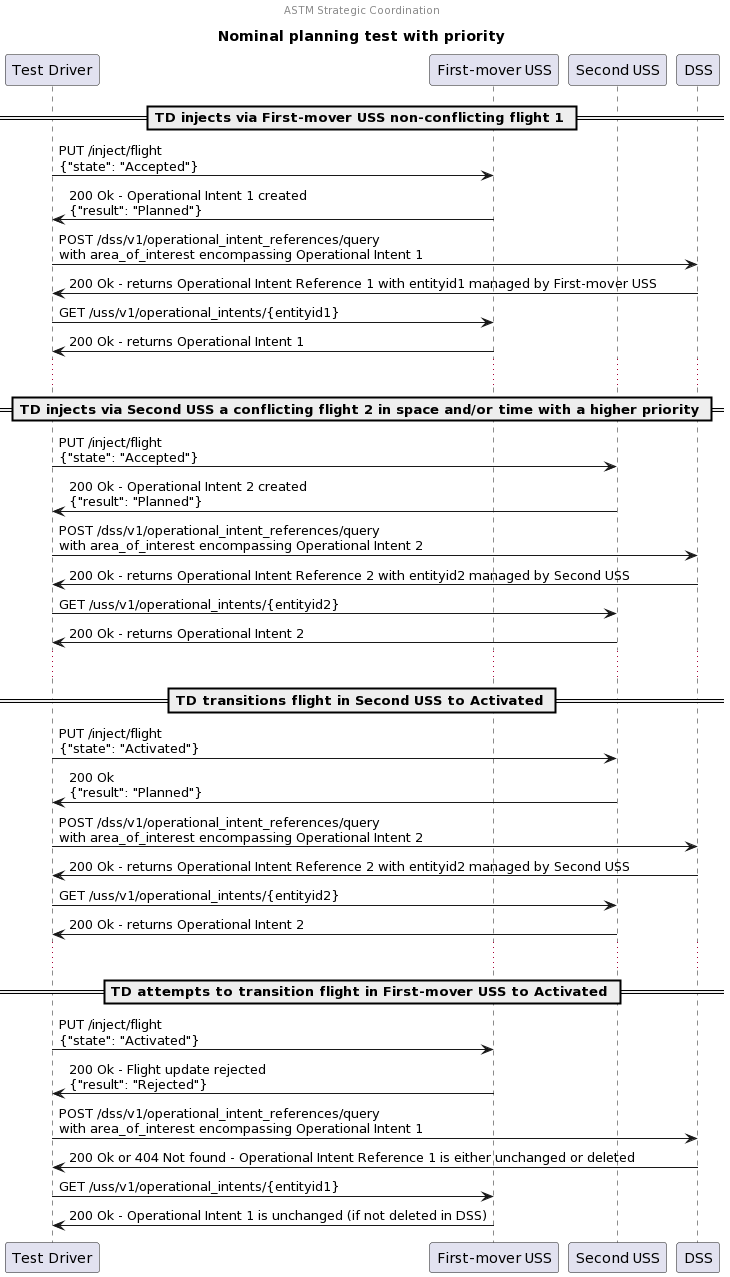
Before: interfaces/automated-testing/scd/design/astm-strategic-coordination/nominal-planning-priority/sequence.png, a diagram exported from PlantUML (interuss/dss). Its diagram source:
```plantuml
@startuml
center header ASTM Strategic Coordination
title Nominal planning test with priority

participant "Test Driver" as TD
participant "First-mover USS" as USS1
participant "Second USS" as USS2
participant "DSS"

== TD injects via First-mover USS non-conflicting flight 1 ==

TD -> USS1: PUT /inject/flight\n{"state": "Accepted"}
TD <- USS1: 200 Ok - Operational Intent 1 created\n{"result": "Planned"}

TD -> DSS: POST /dss/v1/operational_intent_references/query\nwith area_of_interest encompassing Operational Intent 1
TD <- DSS: 200 Ok - returns Operational Intent Reference 1 with entityid1 managed by First-mover USS

TD -> USS1: GET /uss/v1/operational_intents/{entityid1}
TD <- USS1: 200 Ok - returns Operational Intent 1

...

== TD injects via Second USS a conflicting flight 2 in space and/or time with a higher priority ==

TD -> USS2: PUT /inject/flight\n{"state": "Accepted"}
TD <- USS2: 200 Ok - Operational Intent 2 created\n{"result": "Planned"}

TD -> DSS: POST /dss/v1/operational_intent_references/query\nwith area_of_interest encompassing Operational Intent 2
TD <- DSS: 200 Ok - returns Operational Intent Reference 2 with entityid2 managed by Second USS

TD -> USS2: GET /uss/v1/operational_intents/{entityid2}
TD <- USS2: 200 Ok - returns Operational Intent 2

...

== TD transitions flight in Second USS to Activated ==

TD -> USS2: PUT /inject/flight\n{"state": "Activated"}
TD <- USS2: 200 Ok\n{"result": "Planned"}

TD -> DSS: POST /dss/v1/operational_intent_references/query\nwith area_of_interest encompassing Operational Intent 2
TD <- DSS: 200 Ok - returns Operational Intent Reference 2 with entityid2 managed by Second USS

TD -> USS2: GET /uss/v1/operational_intents/{entityid2}
TD <- USS2: 200 Ok - returns Operational Intent 2

...

== TD attempts to transition flight in First-mover USS to Activated ==

TD -> USS1: PUT /inject/flight\n{"state": "Activated"}
TD <- USS1: 200 Ok - Flight update rejected\n{"result": "Rejected"}

TD -> DSS: POST /dss/v1/operational_intent_references/query\nwith area_of_interest encompassing Operational Intent 1
TD <- DSS: 200 Ok or 404 Not found - Operational Intent Reference 1 is either unchanged or deleted

TD -> USS1: GET /uss/v1/operational_intents/{entityid1}
TD <- USS1: 200 Ok - Operational Intent 1 is unchanged (if not deleted in DSS)
@enduml
```
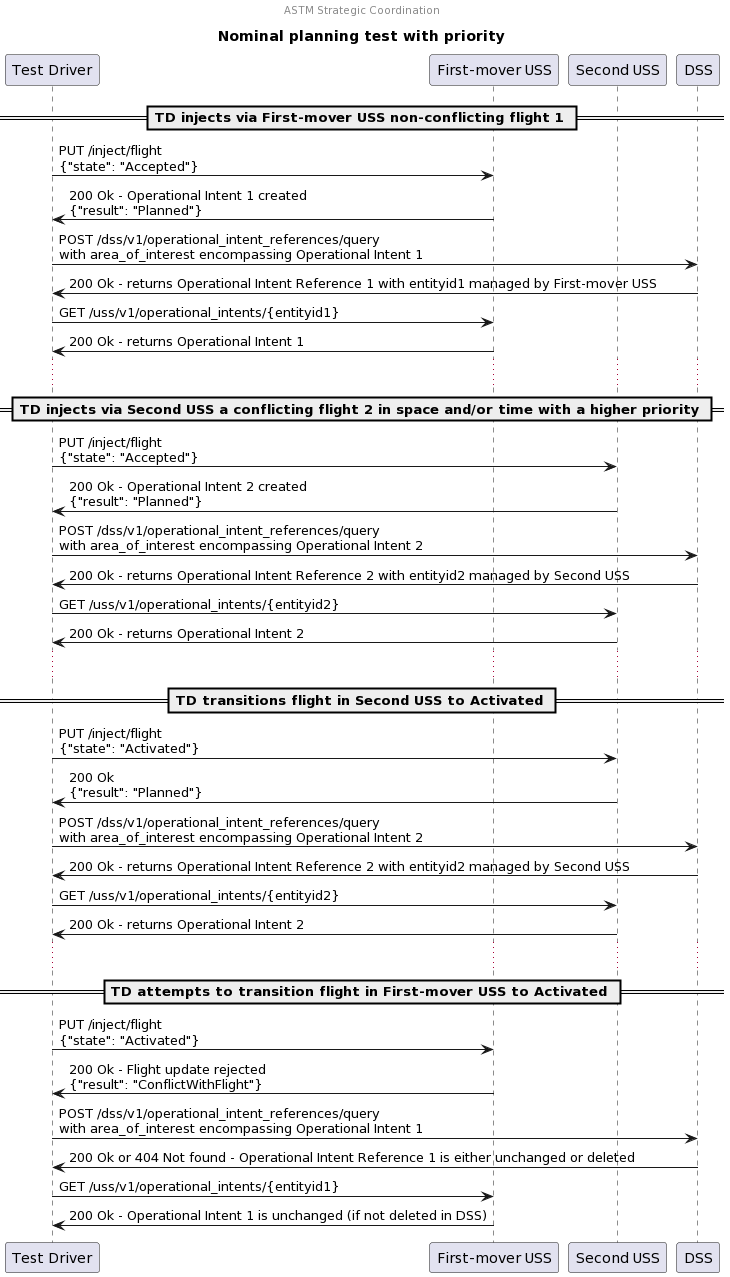
Later version of the same file.

Commit message:
Synchronize with result code from API

Change to the diagram source:
```diff
@@ -49,7 +49,7 @@
 == TD attempts to transition flight in First-mover USS to Activated ==
 
 TD -> USS1: PUT /inject/flight\n{"state": "Activated"}
-TD <- USS1: 200 Ok - Flight update rejected\n{"result": "Rejected"}
+TD <- USS1: 200 Ok - Flight update rejected\n{"result": "ConflictWithFlight"}
 
 TD -> DSS: POST /dss/v1/operational_intent_references/query\nwith area_of_interest encompassing Operational Intent 1
 TD <- DSS: 200 Ok or 404 Not found - Operational Intent Reference 1 is either unchanged or deleted
```
